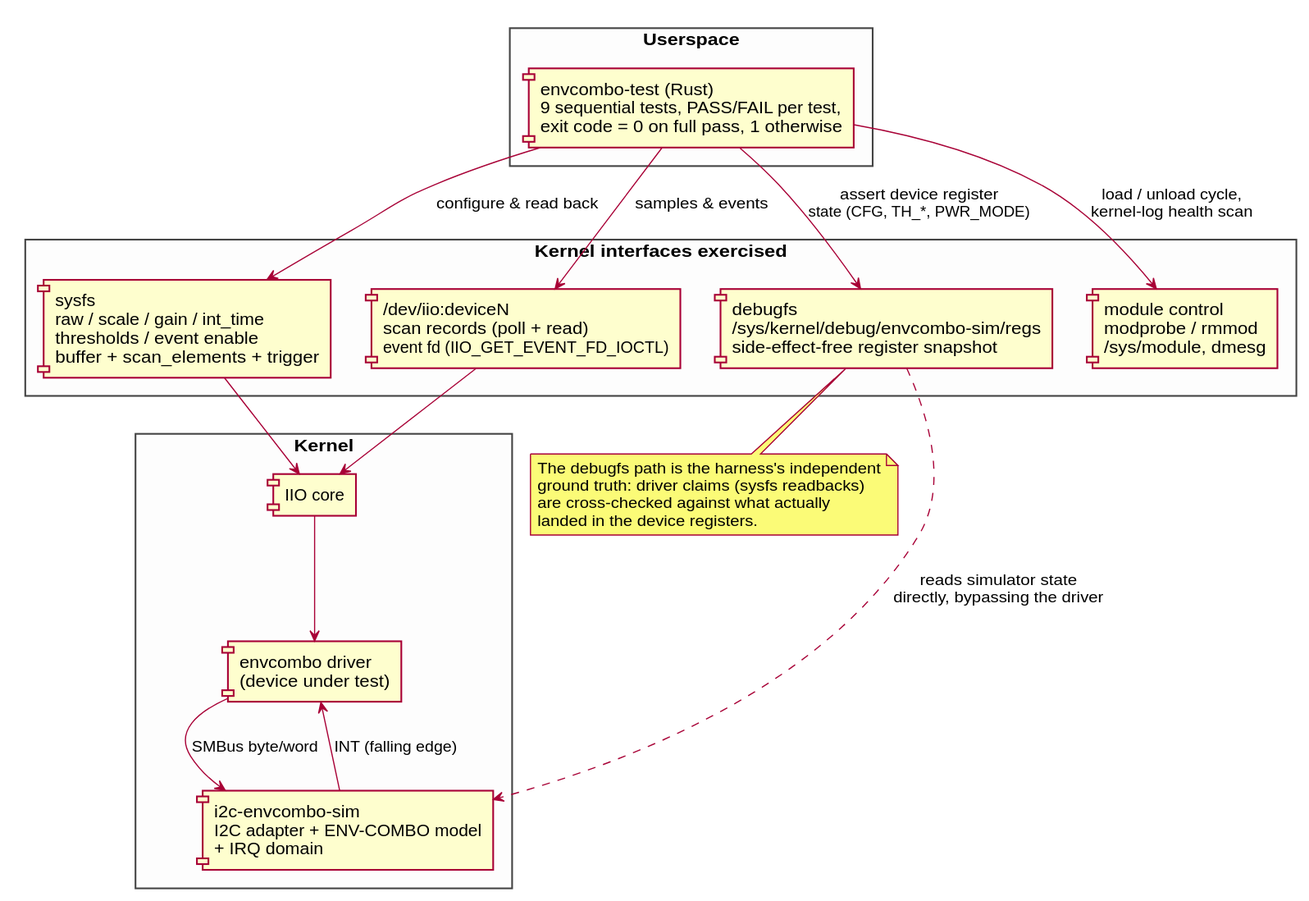
Earlier version of the PlantUML export docs/diagrams/svg/test-stack.svg (giltabibian/NanitComboSensor).
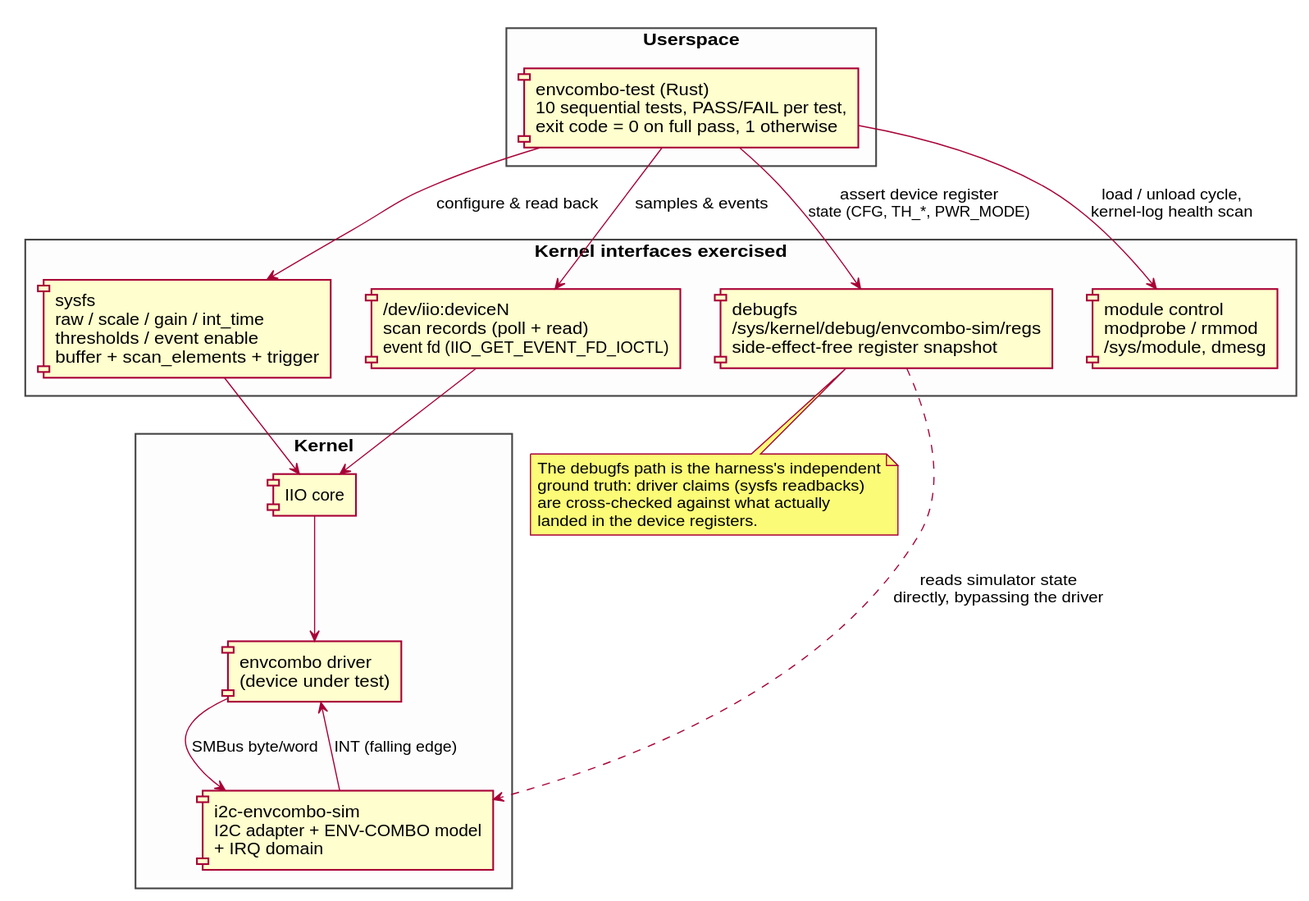
Above is the later version.

Diff of the diagram source:
```diff
@@ -8,7 +8,7 @@
 }
 
 rectangle "Userspace" as US {
-  component "envcombo-test (Rust)\n9 sequential tests, PASS/FAIL per test,\nexit code = 0 on full pass, 1 otherwise" as TEST
+  component "envcombo-test (Rust)\n10 sequential tests, PASS/FAIL per test,\nexit code = 0 on full pass, 1 otherwise" as TEST
 }
 
 rectangle "Kernel interfaces exercised" as IF {
```
